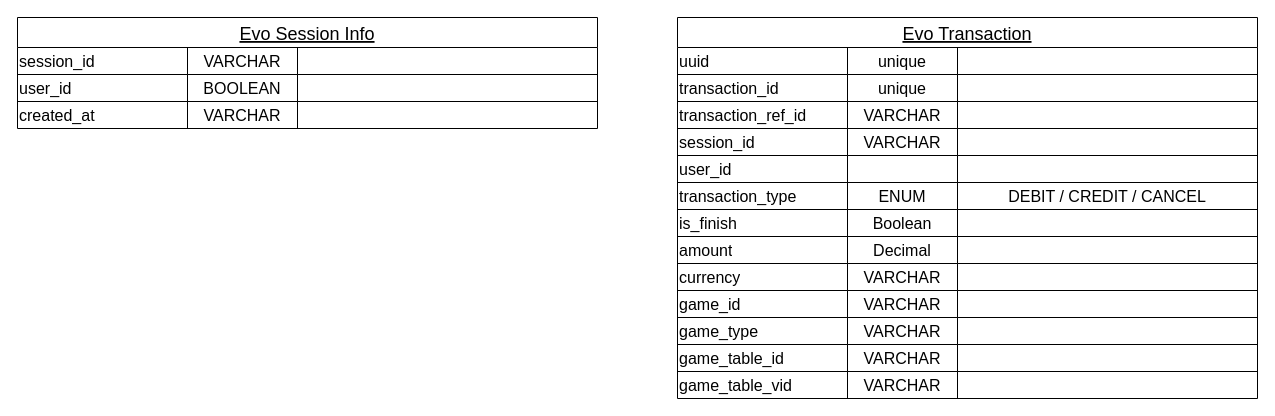
Above: page "GameProvicer" (3 of 3) of db_schema.drawio in j7-dev/F22-BE (draw.io), before the change. Source tidied: cells renumbered, new cells numbered last; positions are measured from the earlier drawing's top-left corner, leaving out a move shared by most shapes. Both pictures are drawn from the tidied source at 100%, with x=0, y=0 at pixel (17, 17).
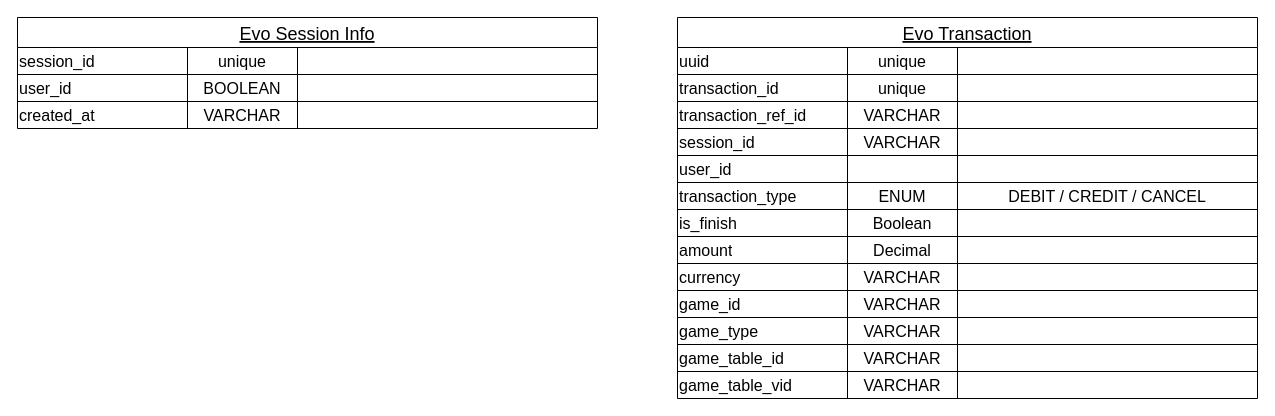
The same page after the edit.

Unchanged cells that the change refers to:
```xml
<mxCell id="3" style="shape=tableRow;horizontal=0;startSize=0;swimlaneHead=0;swimlaneBody=0;strokeColor=inherit;top=0;left=0;bottom=0;right=0;fillColor=none;fontSize=16;" parent="2" vertex="1">
  <mxGeometry y="30" width="580" height="27" as="geometry" />
</mxCell>
```

Change to the diagram source:
```diff
@@
-    <mxCell id="5" value="VARCHAR" style="shape=partialRectangle;html=1;whiteSpace=wrap;strokeColor=inherit;overflow=hidden;fillColor=none;top=0;left=0;bottom=0;right=0;fontSize=16;" parent="3" vertex="1">
+    <mxCell id="5" value="unique" style="shape=partialRectangle;html=1;whiteSpace=wrap;strokeColor=inherit;overflow=hidden;fillColor=none;top=0;left=0;bottom=0;right=0;fontSize=16;" parent="3" vertex="1">
       <mxGeometry x="170" width="110" height="27" as="geometry" />
     </mxCell>
```
